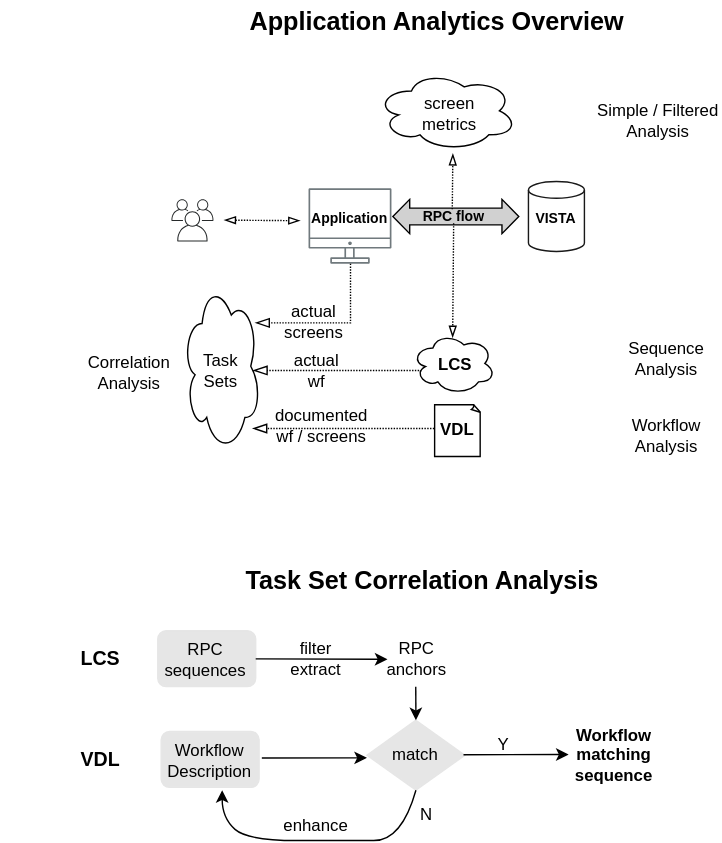
The draw.io diagram vaa-analyses.svg in cloudvista/vaa, before a commit. Source tidied: cells renumbered, new cells last; positions are measured from the earlier drawing's top-left corner, leaving out a move shared by most shapes.
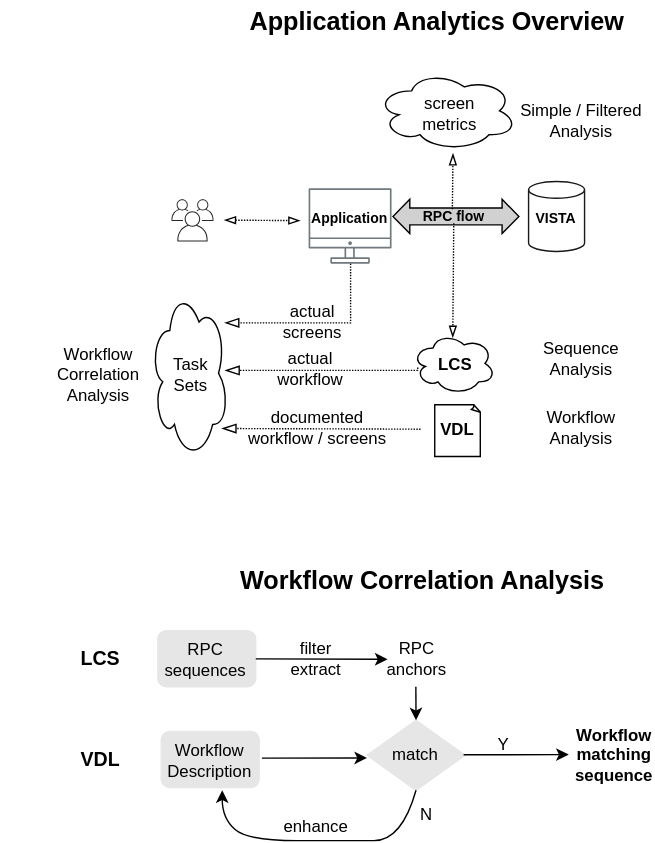
After the commit.

What changed in the source:
```diff
@@ -42,10 +42,10 @@
       <mxGeometry x="367.2" y="139.9" width="60" height="30" as="geometry" />
     </mxCell>
     <mxCell id="15" value="Simple / Filtered&lt;br&gt;Analysis" style="text;strokeColor=none;align=center;fillColor=none;html=1;verticalAlign=middle;whiteSpace=wrap;rounded=0;" parent="1" vertex="1">
-      <mxGeometry x="425" y="70.5" width="90" height="30" as="geometry" />
+      <mxGeometry x="369.9" y="70.5" width="90" height="30" as="geometry" />
     </mxCell>
     <mxCell id="16" value="Workflow&lt;br&gt;Analysis" style="text;strokeColor=none;align=center;fillColor=none;html=1;verticalAlign=middle;whiteSpace=wrap;rounded=0;" parent="1" vertex="1">
-      <mxGeometry x="446.3" y="295.5" width="60" height="30" as="geometry" />
+      <mxGeometry x="384.9" y="290" width="60" height="30" as="geometry" />
     </mxCell>
     <mxCell id="17" style="endArrow=blockThin;html=1;fontSize=10;dashed=1;dashPattern=1 1;endFill=0;exitX=0.5;exitY=0;exitDx=0;exitDy=0;" parent="1" edge="1">
       <mxGeometry relative="1" as="geometry">
@@ -60,17 +60,17 @@
       <mxGeometry x="291.5" y="70.5" width="60" height="20" as="geometry" />
     </mxCell>
     <mxCell id="20" style="ellipse;shape=cloud;whiteSpace=wrap;html=1;shadow=0;sketch=0;fillStyle=solid;strokeColor=default;strokeWidth=1;fontSize=10;fillColor=none;gradientColor=none;" parent="1" vertex="1">
-      <mxGeometry x="130" y="200" width="55.7" height="122" as="geometry" />
+      <mxGeometry x="106.9" y="205" width="55.7" height="122" as="geometry" />
     </mxCell>
-    <mxCell id="21" value="Correlation&lt;br&gt;Analysis" style="text;strokeColor=none;align=center;fillColor=none;html=1;verticalAlign=middle;whiteSpace=wrap;rounded=0;" parent="1" vertex="1">
-      <mxGeometry x="62" y="251" width="60" height="30" as="geometry" />
+    <mxCell id="21" value="Workflow&lt;br&gt;Correlation&lt;br&gt;Analysis" style="text;strokeColor=none;align=center;fillColor=none;html=1;verticalAlign=middle;whiteSpace=wrap;rounded=0;" parent="1" vertex="1">
+      <mxGeometry x="40" y="252" width="60" height="30" as="geometry" />
     </mxCell>
     <mxCell id="22" style="edgeStyle=elbowEdgeStyle;elbow=vertical;endArrow=blockThin;html=1;curved=0;rounded=0;endSize=8;startSize=8;dashed=1;dashPattern=1 1;fontSize=10;endFill=0;startArrow=none;startFill=0;" parent="1" edge="1">
       <mxGeometry relative="1" as="geometry">
-        <mxPoint x="309.8" y="305.5" as="sourcePoint" />
-        <mxPoint x="180" y="306" as="targetPoint" />
+        <mxPoint x="300" y="306" as="sourcePoint" />
+        <mxPoint x="158" y="306" as="targetPoint" />
         <Array as="points">
-          <mxPoint x="195.9" y="305.5" />
+          <mxPoint x="173.9" y="305.5" />
         </Array>
       </mxGeometry>
     </mxCell>
@@ -152,15 +152,15 @@
     <mxCell id="41" value="N" style="text;strokeColor=none;align=center;fillColor=none;html=1;verticalAlign=middle;whiteSpace=wrap;rounded=0;" parent="1" vertex="1">
       <mxGeometry x="282.6" y="571.1" width="43" height="20.9" as="geometry" />
     </mxCell>
-    <mxCell id="42" value="&lt;b&gt;&lt;font style=&quot;font-size: 18px;&quot;&gt;Task Set Correlation Analysis&lt;/font&gt;&lt;/b&gt;" style="text;strokeColor=none;align=center;fillColor=none;html=1;verticalAlign=middle;whiteSpace=wrap;rounded=0;" parent="1" vertex="1">
+    <mxCell id="42" value="&lt;b&gt;&lt;font style=&quot;font-size: 18px;&quot;&gt;Workflow Correlation Analysis&lt;/font&gt;&lt;/b&gt;" style="text;strokeColor=none;align=center;fillColor=none;html=1;verticalAlign=middle;whiteSpace=wrap;rounded=0;" parent="1" vertex="1">
       <mxGeometry x="162.6" y="400" width="276.8" height="29.1" as="geometry" />
     </mxCell>
     <mxCell id="43" value="Sequence&lt;br&gt;Analysis" style="text;strokeColor=none;align=center;fillColor=none;html=1;verticalAlign=middle;whiteSpace=wrap;rounded=0;" parent="1" vertex="1">
-      <mxGeometry x="446.3" y="241" width="60" height="30" as="geometry" />
+      <mxGeometry x="384.9" y="241" width="60" height="30" as="geometry" />
     </mxCell>
     <mxCell id="44" style="edgeStyle=elbowEdgeStyle;elbow=vertical;endArrow=blockThin;html=1;curved=0;rounded=0;endSize=8;startSize=8;dashed=1;dashPattern=1 1;fontSize=10;endFill=0;startArrow=none;startFill=0;" parent="1" edge="1" source="7">
       <mxGeometry relative="1" as="geometry">
-        <mxPoint x="181.9" y="230" as="targetPoint" />
+        <mxPoint x="160" y="230" as="targetPoint" />
         <Array as="points">
           <mxPoint x="250" y="230" />
           <mxPoint x="260" y="230" />
@@ -168,34 +168,33 @@
       </mxGeometry>
     </mxCell>
     <mxCell id="45" value="actual&lt;br&gt;screens" style="text;strokeColor=none;align=center;fillColor=none;html=1;verticalAlign=middle;whiteSpace=wrap;rounded=0;" parent="1" vertex="1">
-      <mxGeometry x="186.6" y="218" width="74.4" height="21" as="geometry" />
+      <mxGeometry x="203" y="218" width="40" height="21" as="geometry" />
     </mxCell>
-    <mxCell id="46" value="documented &lt;br&gt;wf / screens" style="text;strokeColor=none;align=center;fillColor=none;html=1;verticalAlign=middle;whiteSpace=wrap;rounded=0;" parent="1" vertex="1">
-      <mxGeometry x="168.2" y="295.5" width="122.8" height="16" as="geometry" />
+    <mxCell id="46" value="documented &lt;br&gt;workflow / screens" style="text;strokeColor=none;align=center;fillColor=none;html=1;verticalAlign=middle;whiteSpace=wrap;rounded=0;" parent="1" vertex="1">
+      <mxGeometry x="165.2" y="297" width="122.8" height="16" as="geometry" />
     </mxCell>
-    <mxCell id="47" style="edgeStyle=elbowEdgeStyle;elbow=vertical;endArrow=blockThin;html=1;curved=0;rounded=0;endSize=8;startSize=8;dashed=1;dashPattern=1 1;fontSize=10;endFill=0;startArrow=none;startFill=0;" parent="1" edge="1">
+    <mxCell id="47" style="edgeStyle=elbowEdgeStyle;elbow=vertical;endArrow=blockThin;html=1;curved=0;rounded=0;endSize=8;startSize=8;dashed=1;dashPattern=1 1;fontSize=10;endFill=0;startArrow=none;startFill=0;exitX=0.067;exitY=0.568;exitDx=0;exitDy=0;exitPerimeter=0;" parent="1" edge="1" source="5">
       <mxGeometry relative="1" as="geometry">
-        <mxPoint x="300" y="265" as="sourcePoint" />
-        <mxPoint x="180.3" y="264.5" as="targetPoint" />
+        <mxPoint x="160.3" y="264.5" as="targetPoint" />
         <Array as="points">
-          <mxPoint x="196.2" y="264" />
+          <mxPoint x="176.2" y="264" />
         </Array>
       </mxGeometry>
     </mxCell>
-    <mxCell id="48" value="Task &lt;br&gt;Sets" style="text;strokeColor=none;align=center;fillColor=none;html=1;verticalAlign=middle;whiteSpace=wrap;rounded=0;" parent="1" vertex="1">
-      <mxGeometry x="140.2" y="249" width="35.3" height="30" as="geometry" />
-    </mxCell>
     <mxCell id="49" value="&lt;b&gt;&lt;font style=&quot;font-size: 14px;&quot;&gt;LCS&lt;/font&gt;&lt;/b&gt;" style="text;strokeColor=none;align=center;fillColor=none;html=1;verticalAlign=middle;whiteSpace=wrap;rounded=0;" parent="1" vertex="1">
       <mxGeometry x="50" y="459.6" width="43" height="20.9" as="geometry" />
     </mxCell>
     <mxCell id="50" value="&lt;b&gt;&lt;font style=&quot;font-size: 14px;&quot;&gt;VDL&lt;/font&gt;&lt;/b&gt;" style="text;strokeColor=none;align=center;fillColor=none;html=1;verticalAlign=middle;whiteSpace=wrap;rounded=0;" parent="1" vertex="1">
       <mxGeometry x="50" y="531.6" width="43" height="20.9" as="geometry" />
     </mxCell>
-    <mxCell id="51" value="actual &lt;br&gt;wf" style="text;strokeColor=none;align=center;fillColor=none;html=1;verticalAlign=middle;whiteSpace=wrap;rounded=0;" parent="1" vertex="1">
-      <mxGeometry x="189.1" y="253.5" width="74.4" height="21" as="geometry" />
+    <mxCell id="51" value="actual &lt;br&gt;workflow" style="text;strokeColor=none;align=center;fillColor=none;html=1;verticalAlign=middle;whiteSpace=wrap;rounded=0;" parent="1" vertex="1">
+      <mxGeometry x="201" y="252" width="40.9" height="21" as="geometry" />
     </mxCell>
     <mxCell id="52" value="&lt;b&gt;&lt;font style=&quot;font-size: 18px;&quot;&gt;Application Analytics Overview&lt;/font&gt;&lt;/b&gt;" style="text;strokeColor=none;align=center;fillColor=none;html=1;verticalAlign=middle;whiteSpace=wrap;rounded=0;" parent="1" vertex="1">
       <mxGeometry x="162.6" width="297.8" height="29.1" as="geometry" />
     </mxCell>
+    <mxCell id="48" value="Task&lt;br&gt;Sets" style="text;strokeColor=none;align=center;fillColor=none;html=1;verticalAlign=middle;whiteSpace=wrap;rounded=0;" parent="1" vertex="1">
+      <mxGeometry x="115.7" y="252" width="40" height="30" as="geometry" />
+    </mxCell>
   </root>
 </mxGraphModel>
```
